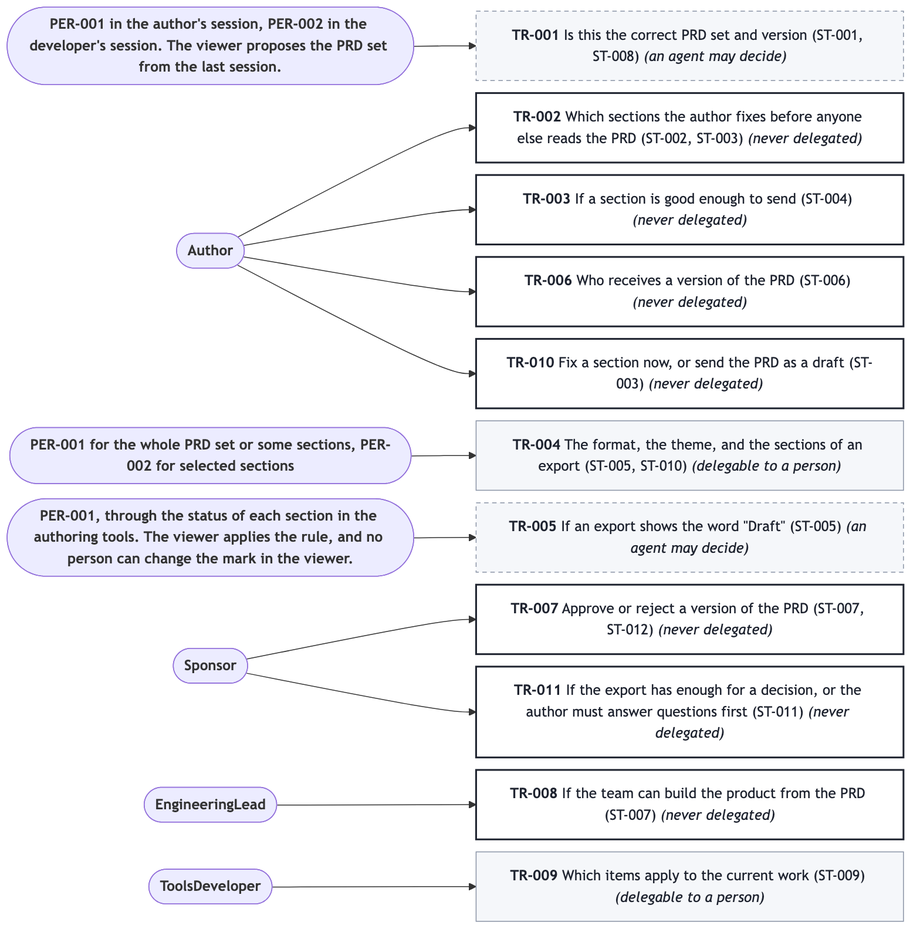
The Mermaid diagram docs/prd/prd-forge-viewer/diagrams/decision-rights.png in SpillwaveSolutions/prd-forge-viewer, before a commit. Its source is kept beside it as docs/prd/prd-forge-viewer/diagrams/decision-rights.mmd. Its diagram source:
```mermaid
%%{init: {"flowchart": {"wrappingWidth": 420, "nodeSpacing": 14, "rankSpacing": 70}}}%%
flowchart LR
  APER001intheauthorssessionPER002inthedeveloperssessionTheviewerproposesthePRDsetfromthelastsession(["<b>PER-001 in the author's session, PER-002 in the developer's session. The viewer proposes the PRD set from the last session.</b>"])
  APER001(["<b>Author</b>"])
  APER001forthewholePRDsetorsomesectionsPER002forselectedsections(["<b>PER-001 for the whole PRD set or some sections, PER-002 for selected sections</b>"])
  APER001throughthestatusofeachsectionintheauthoringtoolsTheviewerappliestheruleandnopersoncanchangethemarkintheviewer(["<b>PER-001, through the status of each section in the authoring tools. The viewer applies the rule, and no person can change the mark in the viewer.</b>"])
  APER004(["<b>Sponsor</b>"])
  APER003(["<b>EngineeringLead</b>"])
  APER002(["<b>ToolsDeveloper</b>"])
  DTR001["<b>TR-001</b> Is this the correct PRD set and version (ST-001, ST-008) <i>(an agent may decide)</i>"]
  APER001intheauthorssessionPER002inthedeveloperssessionTheviewerproposesthePRDsetfromthelastsession --> DTR001
  DTR002["<b>TR-002</b> Which sections the author fixes before anyone else reads the PRD (ST-002, ST-003) <i>(never delegated)</i>"]
  APER001 --> DTR002
  DTR003["<b>TR-003</b> If a section is good enough to send (ST-004) <i>(never delegated)</i>"]
  APER001 --> DTR003
  DTR004["<b>TR-004</b> The format, the theme, and the sections of an export (ST-005, ST-010) <i>(delegable to a person)</i>"]
  APER001forthewholePRDsetorsomesectionsPER002forselectedsections --> DTR004
  DTR005["<b>TR-005</b> If an export shows the word #quot;Draft#quot; (ST-005) <i>(an agent may decide)</i>"]
  APER001throughthestatusofeachsectionintheauthoringtoolsTheviewerappliestheruleandnopersoncanchangethemarkintheviewer --> DTR005
  DTR006["<b>TR-006</b> Who receives a version of the PRD (ST-006) <i>(never delegated)</i>"]
  APER001 --> DTR006
  DTR007["<b>TR-007</b> Approve or reject a version of the PRD (ST-007, ST-012) <i>(never delegated)</i>"]
  APER004 --> DTR007
  DTR008["<b>TR-008</b> If the team can build the product from the PRD (ST-007) <i>(never delegated)</i>"]
  APER003 --> DTR008
  DTR009["<b>TR-009</b> Which items apply to the current work (ST-009) <i>(delegable to a person)</i>"]
  APER002 --> DTR009
  DTR010["<b>TR-010</b> Fix a section now, or send the PRD as a draft (ST-003) <i>(never delegated)</i>"]
  APER001 --> DTR010
  DTR011["<b>TR-011</b> If the export has enough for a decision, or the author must answer questions first (ST-011) <i>(never delegated)</i>"]
  APER004 --> DTR011
  classDef never fill:#FFFFFF,stroke:#1F2430,stroke-width:2px,color:#1F2430
  classDef agent fill:#F5F7FA,stroke:#8A94A6,stroke-dasharray:5 4,color:#1F2430
  classDef person fill:#F5F7FA,stroke:#8A94A6,color:#1F2430
  class DTR001 agent
  class DTR002 never
  class DTR003 never
  class DTR004 person
  class DTR005 agent
  class DTR006 never
  class DTR007 never
  class DTR008 never
  class DTR009 person
  class DTR010 never
  class DTR011 never
```
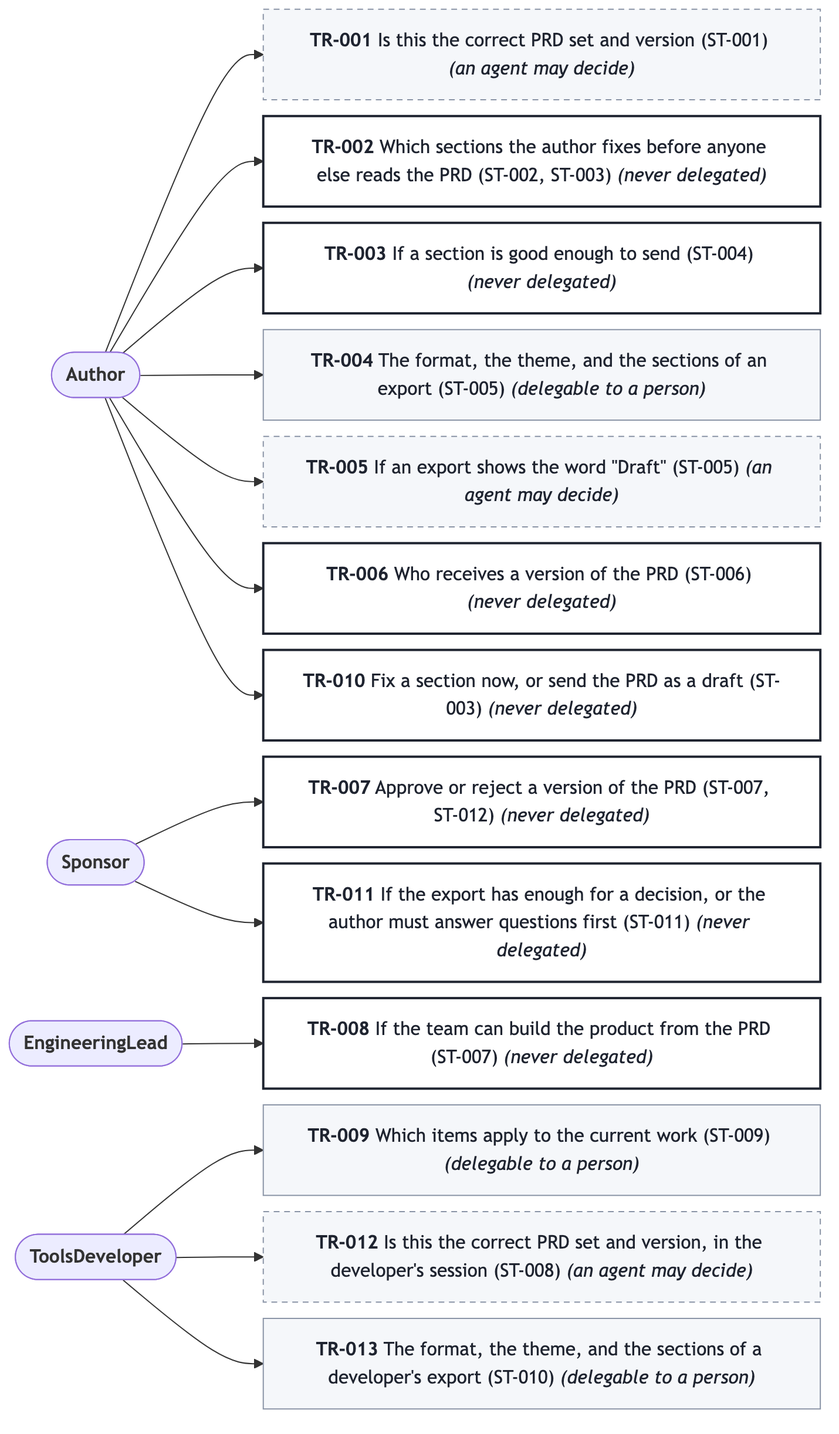
After the commit.

The edit, as a diff of the source:
```diff
@@ -1,22 +1,19 @@
 %%{init: {"flowchart": {"wrappingWidth": 420, "nodeSpacing": 14, "rankSpacing": 70}}}%%
 flowchart LR
-  APER001intheauthorssessionPER002inthedeveloperssessionTheviewerproposesthePRDsetfromthelastsession(["<b>PER-001 in the author's session, PER-002 in the developer's session. The viewer proposes the PRD set from the last session.</b>"])
   APER001(["<b>Author</b>"])
-  APER001forthewholePRDsetorsomesectionsPER002forselectedsections(["<b>PER-001 for the whole PRD set or some sections, PER-002 for selected sections</b>"])
-  APER001throughthestatusofeachsectionintheauthoringtoolsTheviewerappliestheruleandnopersoncanchangethemarkintheviewer(["<b>PER-001, through the status of each section in the authoring tools. The viewer applies the rule, and no person can change the mark in the viewer.</b>"])
   APER004(["<b>Sponsor</b>"])
   APER003(["<b>EngineeringLead</b>"])
   APER002(["<b>ToolsDeveloper</b>"])
-  DTR001["<b>TR-001</b> Is this the correct PRD set and version (ST-001, ST-008) <i>(an agent may decide)</i>"]
-  APER001intheauthorssessionPER002inthedeveloperssessionTheviewerproposesthePRDsetfromthelastsession --> DTR001
+  DTR001["<b>TR-001</b> Is this the correct PRD set and version (ST-001) <i>(an agent may decide)</i>"]
+  APER001 --> DTR001
   DTR002["<b>TR-002</b> Which sections the author fixes before anyone else reads the PRD (ST-002, ST-003) <i>(never delegated)</i>"]
   APER001 --> DTR002
   DTR003["<b>TR-003</b> If a section is good enough to send (ST-004) <i>(never delegated)</i>"]
   APER001 --> DTR003
-  DTR004["<b>TR-004</b> The format, the theme, and the sections of an export (ST-005, ST-010) <i>(delegable to a person)</i>"]
-  APER001forthewholePRDsetorsomesectionsPER002forselectedsections --> DTR004
+  DTR004["<b>TR-004</b> The format, the theme, and the sections of an export (ST-005) <i>(delegable to a person)</i>"]
+  APER001 --> DTR004
   DTR005["<b>TR-005</b> If an export shows the word #quot;Draft#quot; (ST-005) <i>(an agent may decide)</i>"]
-  APER001throughthestatusofeachsectionintheauthoringtoolsTheviewerappliestheruleandnopersoncanchangethemarkintheviewer --> DTR005
+  APER001 --> DTR005
   DTR006["<b>TR-006</b> Who receives a version of the PRD (ST-006) <i>(never delegated)</i>"]
   APER001 --> DTR006
   DTR007["<b>TR-007</b> Approve or reject a version of the PRD (ST-007, ST-012) <i>(never delegated)</i>"]
@@ -29,6 +26,10 @@
   APER001 --> DTR010
   DTR011["<b>TR-011</b> If the export has enough for a decision, or the author must answer questions first (ST-011) <i>(never delegated)</i>"]
   APER004 --> DTR011
+  DTR012["<b>TR-012</b> Is this the correct PRD set and version, in the developer's session (ST-008) <i>(an agent may decide)</i>"]
+  APER002 --> DTR012
+  DTR013["<b>TR-013</b> The format, the theme, and the sections of a developer's export (ST-010) <i>(delegable to a person)</i>"]
+  APER002 --> DTR013
   classDef never fill:#FFFFFF,stroke:#1F2430,stroke-width:2px,color:#1F2430
   classDef agent fill:#F5F7FA,stroke:#8A94A6,stroke-dasharray:5 4,color:#1F2430
   classDef person fill:#F5F7FA,stroke:#8A94A6,color:#1F2430
@@ -43,3 +44,5 @@
   class DTR009 person
   class DTR010 never
   class DTR011 never
+  class DTR012 agent
+  class DTR013 person
```
